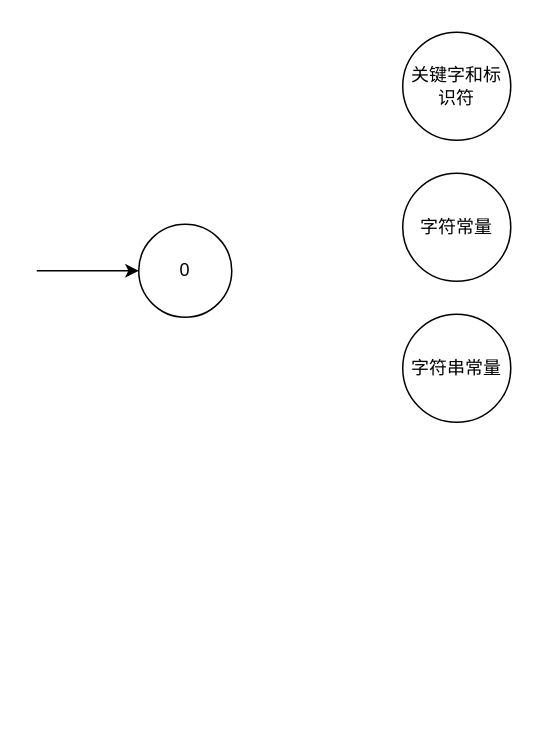
This is 词法分析自动机总体.drawio from ZYNsama666/BackUp, a draw.io file, before an edit. Source tidied: cells renumbered, new cells numbered last; positions are measured from the earlier drawing's top-left corner, leaving out a move shared by most shapes. Both pictures are drawn from the tidied source at 150%, with x=0, y=0 at pixel (36, 32).
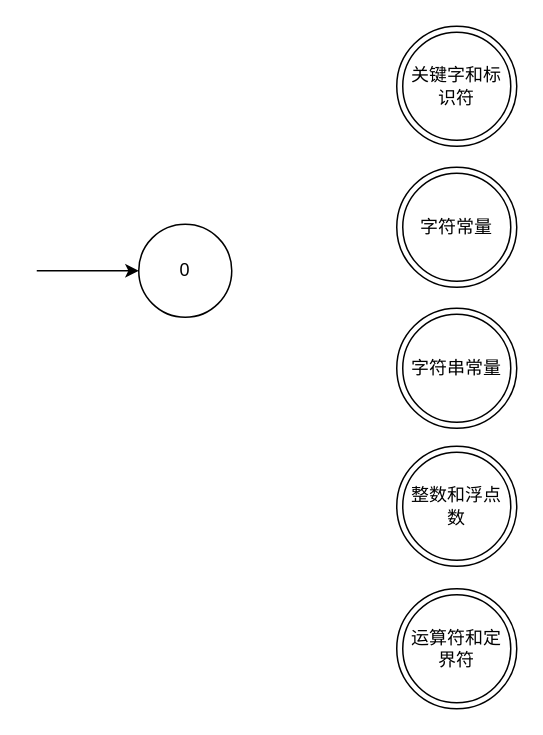
After the change.

Commit message (it also covers changes not shown here):
更新词法分析自动机总体.drawio

The edit, as a diff of the source:
```diff
@@
 <mxGraphModel>
   <root>
     <mxCell id="0" />
     <mxCell id="1" parent="0" />
+    <mxCell id="7" style="ellipse;whiteSpace=wrap;html=1;" parent="1" vertex="1">
+      <mxGeometry x="240" y="184" width="80" height="80" as="geometry" />
+    </mxCell>
+    <mxCell id="8" style="ellipse;whiteSpace=wrap;html=1;" parent="1" vertex="1">
+      <mxGeometry x="240" y="90" width="80" height="80" as="geometry" />
+    </mxCell>
+    <mxCell id="9" style="ellipse;whiteSpace=wrap;html=1;" parent="1" vertex="1">
+      <mxGeometry x="240" y="-4" width="80" height="80" as="geometry" />
+    </mxCell>
     <mxCell id="2" value="0" style="ellipse;whiteSpace=wrap;html=1;" parent="1" vertex="1">
       <mxGeometry x="68" y="128" width="62" height="62" as="geometry" />
     </mxCell>
     <mxCell id="3" style="endArrow=classic;html=1;rounded=0;" parent="1" edge="1">
       <mxGeometry relative="1" as="geometry">
         <mxPoint y="159" as="sourcePoint" />
         <mxPoint x="68" y="159" as="targetPoint" />
       </mxGeometry>
     </mxCell>
     <mxCell id="4" value="关键字和标识符" style="ellipse;whiteSpace=wrap;html=1;" parent="1" vertex="1">
       <mxGeometry x="244" width="72" height="72" as="geometry" />
     </mxCell>
     <mxCell id="5" value="字符常量" style="ellipse;whiteSpace=wrap;html=1;" parent="1" vertex="1">
       <mxGeometry x="244" y="94" width="72" height="72" as="geometry" />
     </mxCell>
     <mxCell id="6" value="字符串常量" style="ellipse;whiteSpace=wrap;html=1;" parent="1" vertex="1">
       <mxGeometry x="244" y="188" width="72" height="72" as="geometry" />
     </mxCell>
+    <mxCell id="10" style="ellipse;whiteSpace=wrap;html=1;" parent="1" vertex="1">
+      <mxGeometry x="240" y="276" width="80" height="80" as="geometry" />
+    </mxCell>
+    <mxCell id="11" value="整数和浮点数" style="ellipse;whiteSpace=wrap;html=1;" parent="1" vertex="1">
+      <mxGeometry x="244" y="280" width="72" height="72" as="geometry" />
+    </mxCell>
+    <mxCell id="12" style="ellipse;whiteSpace=wrap;html=1;" parent="1" vertex="1">
+      <mxGeometry x="240" y="371" width="80" height="80" as="geometry" />
+    </mxCell>
+    <mxCell id="13" value="运算符和定界符" style="ellipse;whiteSpace=wrap;html=1;" parent="1" vertex="1">
+      <mxGeometry x="244" y="375" width="72" height="72" as="geometry" />
+    </mxCell>
   </root>
 </mxGraphModel>
```
